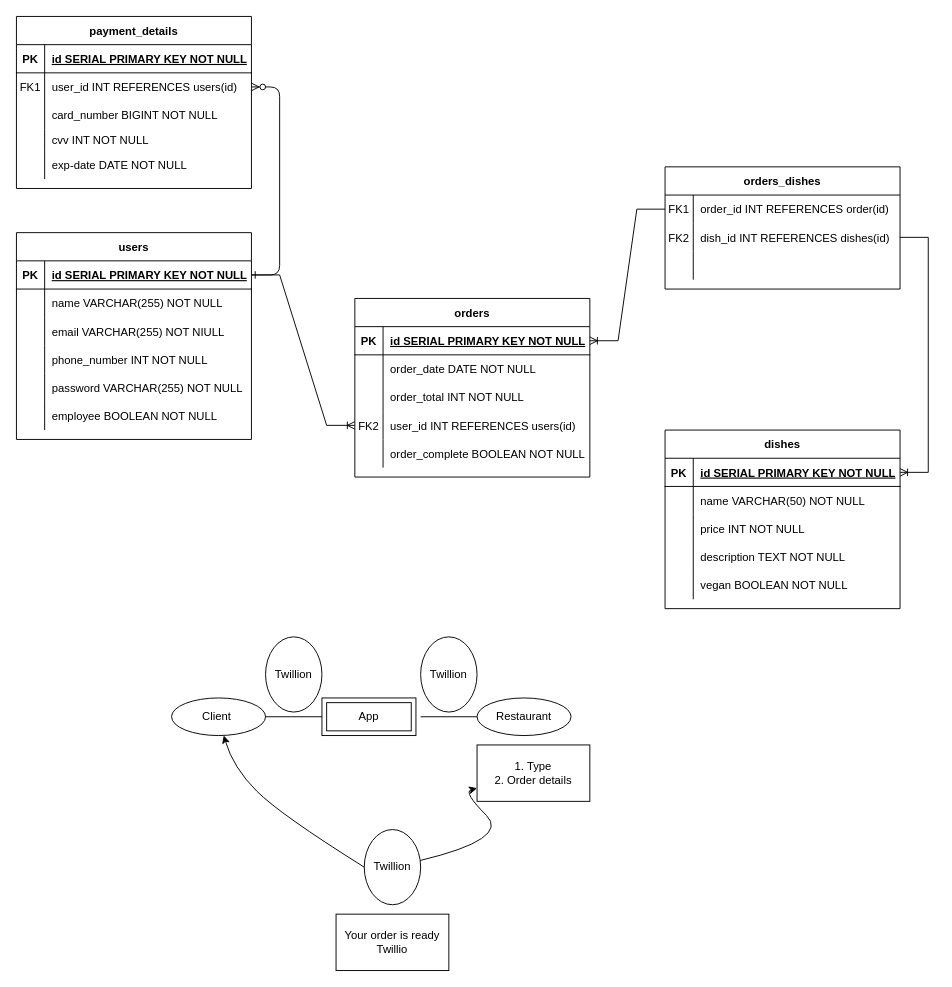
The draw.io diagram MID TERM PROJECT.drawio in onipedeo/food_midterm_project, before the edit. Source tidied: cells renumbered, new cells numbered last; positions are measured from the earlier drawing's top-left corner, leaving out a move shared by most shapes. Both pictures are drawn from the tidied source at 94%, with x=0, y=0 at pixel (16, 16).
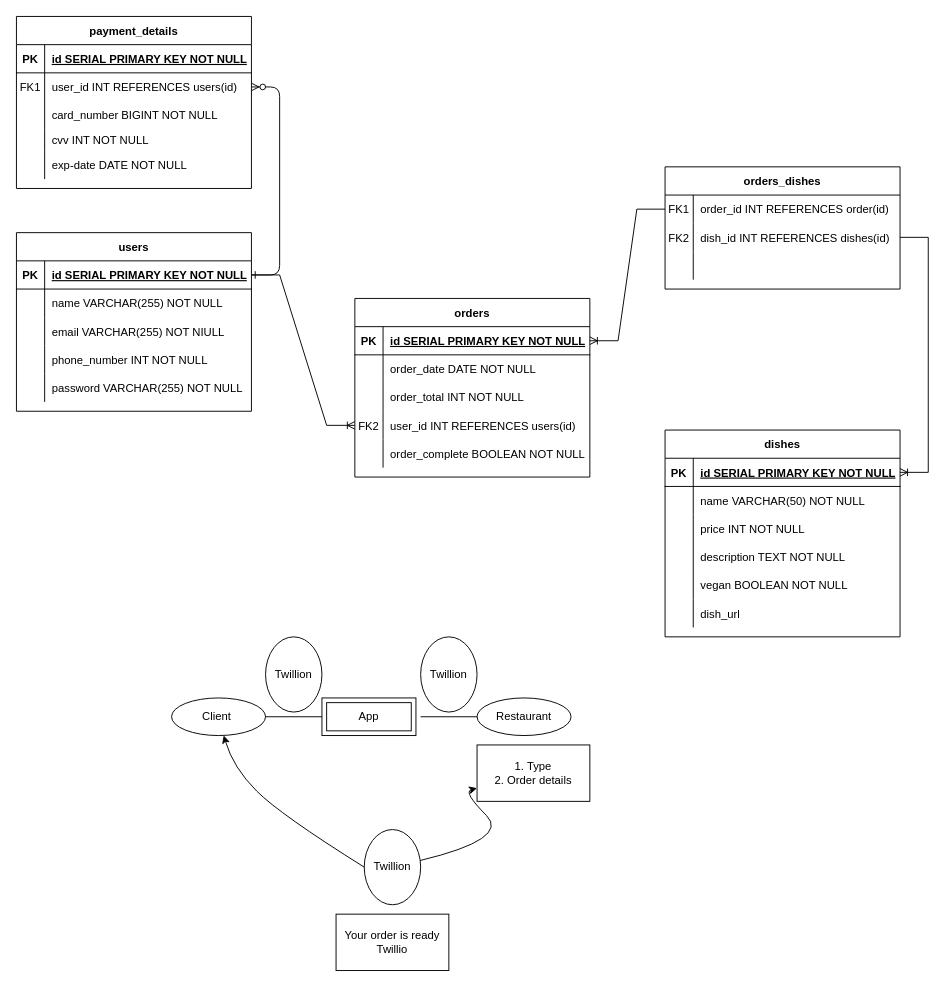
The same diagram, later.

Commit message:
delete employee row from users table and add dish_url to dishes table

What changed in the source:
```diff
@@
     <mxCell id="35" value="users" style="shape=table;startSize=30;childLayout=tableLayout;rowLines=0;fontStyle=1;align=center;" parent="1" vertex="1">
-      <mxGeometry y="230" width="250" height="220" as="geometry" />
+      <mxGeometry y="230" width="250" height="190" as="geometry" />
     </mxCell>
@@
-    <mxCell id="51" style="shape=partialRectangle;fillColor=none;top=0;left=0;right=0;bottom=0;" parent="35" vertex="1">
-      <mxGeometry y="180" width="250" height="30" as="geometry" />
-    </mxCell>
-    <mxCell id="52" style="shape=partialRectangle;overflow=hidden;fillColor=none;top=0;left=0;bottom=0;right=0;" parent="51" vertex="1">
-      <mxGeometry width="30" height="30" as="geometry" />
-    </mxCell>
-    <mxCell id="53" value="employee BOOLEAN NOT NULL" style="shape=partialRectangle;overflow=hidden;fillColor=none;top=0;left=0;bottom=0;right=0;align=left;spacingLeft=6;" parent="51" vertex="1">
-      <mxGeometry x="30" width="220" height="30" as="geometry" />
-    </mxCell>
@@
     <mxCell id="64" value="dishes" style="shape=table;startSize=30;childLayout=tableLayout;rowLines=0;fontStyle=1;align=center;" parent="1" vertex="1">
-      <mxGeometry x="690" y="440" width="250" height="190" as="geometry" />
+      <mxGeometry x="690" y="440" width="250" height="220" as="geometry" />
     </mxCell>
@@
+    <mxCell id="51" style="shape=partialRectangle;fillColor=none;top=0;left=0;right=0;bottom=0;" parent="64" vertex="1">
+      <mxGeometry y="180" width="250" height="30" as="geometry" />
+    </mxCell>
+    <mxCell id="52" style="shape=partialRectangle;overflow=hidden;fillColor=none;top=0;left=0;bottom=0;right=0;" parent="51" vertex="1">
+      <mxGeometry width="30" height="30" as="geometry" />
+    </mxCell>
+    <mxCell id="95" value="dish_url" style="shape=partialRectangle;overflow=hidden;fillColor=none;top=0;left=0;bottom=0;right=0;align=left;spacingLeft=6;" parent="51" vertex="1">
+      <mxGeometry x="30" width="220" height="30" as="geometry" />
+    </mxCell>
```
